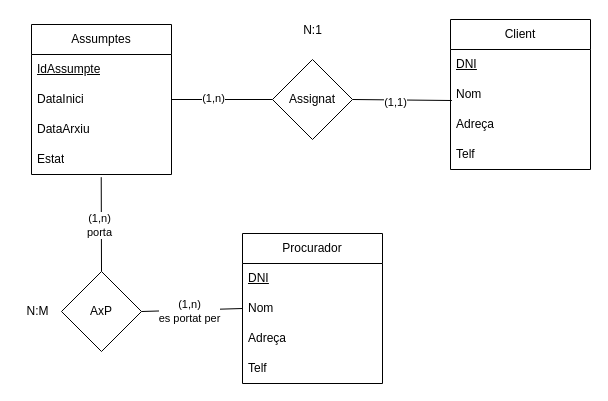
The draw.io diagram 0377-ASGBD (M10)/drawio/1_gabinet.drawio in gxldnn/edt, before the edit. Source tidied: cells renumbered, new cells numbered last; positions are measured from the earlier drawing's top-left corner, leaving out a move shared by most shapes. Both pictures are drawn from the tidied source at 100%, with x=0, y=0 at pixel (17, 17).
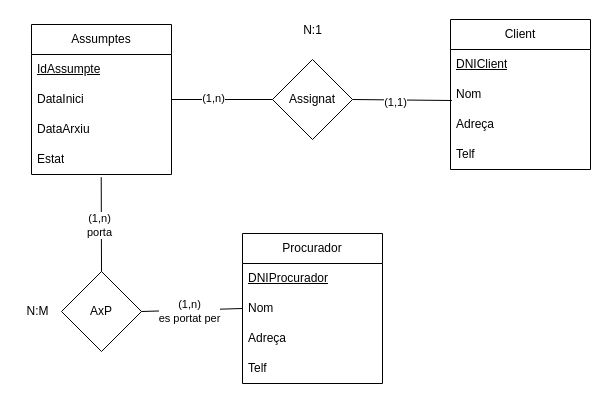
Above is the later version.

Unchanged cells that the change refers to:
```xml
<mxCell id="7" value="Client" style="swimlane;fontStyle=0;horizontal=1;startSize=30;whiteSpace=wrap;html=1;" parent="1" vertex="1">
  <mxGeometry x="433" y="2" width="140" height="150" as="geometry" />
</mxCell>
<mxCell id="12" value="Procurador" style="swimlane;fontStyle=0;horizontal=1;startSize=30;whiteSpace=wrap;html=1;" parent="1" vertex="1">
  <mxGeometry x="225" y="216" width="140" height="150" as="geometry" />
</mxCell>
```

Change to the diagram source:
```diff
@@
-    <mxCell id="8" value="&lt;u&gt;DNI&lt;/u&gt;" style="text;strokeColor=none;fillColor=none;align=left;verticalAlign=middle;spacingLeft=4;spacingRight=4;overflow=hidden;whiteSpace=wrap;html=1;fontStyle=4;" parent="7" vertex="1">
+    <mxCell id="8" value="&lt;u&gt;DNIClient&lt;/u&gt;" style="text;strokeColor=none;fillColor=none;align=left;verticalAlign=middle;spacingLeft=4;spacingRight=4;overflow=hidden;whiteSpace=wrap;html=1;fontStyle=4;" parent="7" vertex="1">
       <mxGeometry y="30" width="140" height="30" as="geometry" />
     </mxCell>
@@
-    <mxCell id="13" value="&lt;u&gt;DNI&lt;/u&gt;" style="text;strokeColor=none;fillColor=none;align=left;verticalAlign=middle;spacingLeft=4;spacingRight=4;overflow=hidden;whiteSpace=wrap;html=1;fontStyle=4;" parent="12" vertex="1">
+    <mxCell id="13" value="DNIProcurador" style="text;strokeColor=none;fillColor=none;align=left;verticalAlign=middle;spacingLeft=4;spacingRight=4;overflow=hidden;whiteSpace=wrap;html=1;fontStyle=4;" parent="12" vertex="1">
       <mxGeometry y="30" width="140" height="30" as="geometry" />
     </mxCell>
```
